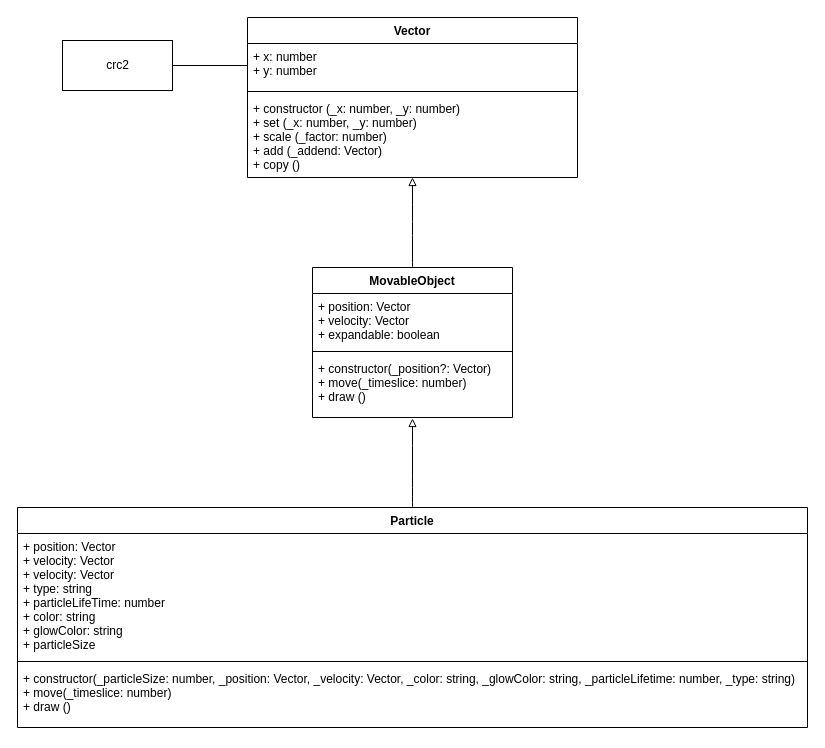
Above: Konzept/ENDABGABE_Classdiagram.drawio in sebifyy/EIA2_Endabgabe-SebastianHoffmann (draw.io), before the change. Source tidied: cells renumbered, new cells numbered last; positions are measured from the earlier drawing's top-left corner, leaving out a move shared by most shapes. Both pictures are drawn from the tidied source at 100%, with x=0, y=0 at pixel (17, 17).
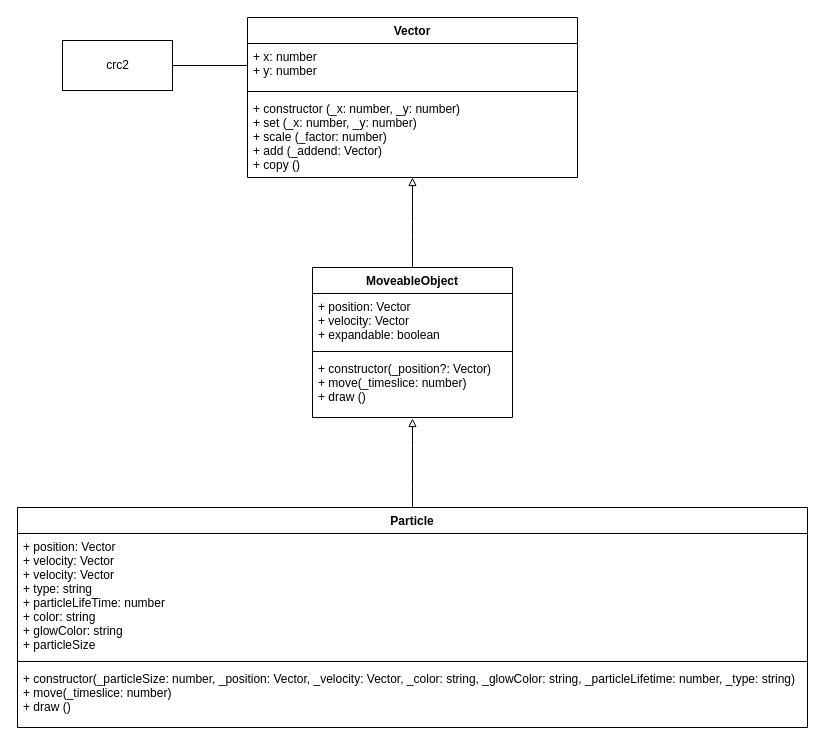
After the change.

Commit message (it also covers changes not shown here):
changed favicon path

Diff of the diagram source:
```diff
@@
 <mxGraphModel>
   <root>
     <mxCell id="0" />
     <mxCell id="1" parent="0" />
     <mxCell id="2" value="crc2" style="html=1;" parent="1" vertex="1">
       <mxGeometry x="45" y="23" width="110" height="50" as="geometry" />
     </mxCell>
     <mxCell id="3" style="endArrow=none;html=1;entryX=0;entryY=0.5;entryDx=0;entryDy=0;exitX=1;exitY=0.5;exitDx=0;exitDy=0;" parent="1" edge="1" source="2" target="6">
       <mxGeometry relative="1" as="geometry" />
     </mxCell>
     <mxCell id="4" style="endArrow=block;html=1;curved=1;strokeWidth=1;endFill=0;exitX=0.5;exitY=0;exitDx=0;exitDy=0;" parent="1" edge="1" source="9" target="8">
       <mxGeometry relative="1" as="geometry" />
     </mxCell>
     <mxCell id="5" value="Vector" style="swimlane;fontStyle=1;align=center;verticalAlign=top;horizontal=1;startSize=26;" parent="1" vertex="1">
       <mxGeometry x="230" width="330" height="160" as="geometry" />
     </mxCell>
     <mxCell id="6" value="+ x: number&#10;+ y: number" style="text;align=left;verticalAlign=top;spacingLeft=4;spacingRight=4;overflow=hidden;points=[[0,0.5],[1,0.5]];portConstraint=eastwest;" parent="5" vertex="1">
       <mxGeometry y="26" width="330" height="44" as="geometry" />
     </mxCell>
     <mxCell id="7" style="line;strokeWidth=1;fillColor=none;align=left;verticalAlign=middle;spacingTop=-1;spacingLeft=3;spacingRight=3;labelPosition=right;" parent="5" vertex="1">
       <mxGeometry y="70" width="330" height="8" as="geometry" />
     </mxCell>
     <mxCell id="8" value="+ constructor (_x: number, _y: number)&#10;+ set (_x: number, _y: number)&#10;+ scale (_factor: number)&#10;+ add (_addend: Vector)&#10;+ copy ()&#10;" style="text;align=left;verticalAlign=top;spacingLeft=4;spacingRight=4;overflow=hidden;points=[[0,0.5],[1,0.5]];portConstraint=eastwest;" parent="5" vertex="1">
       <mxGeometry y="78" width="330" height="82" as="geometry" />
     </mxCell>
-    <mxCell id="9" value="MovableObject" style="swimlane;fontStyle=1;align=center;verticalAlign=top;horizontal=1;startSize=26;" parent="1" vertex="1">
+    <mxCell id="9" value="MoveableObject" style="swimlane;fontStyle=1;align=center;verticalAlign=top;horizontal=1;startSize=26;" parent="1" vertex="1">
       <mxGeometry x="295" y="250" width="200" height="150" as="geometry" />
     </mxCell>
     <mxCell id="10" value="+ position: Vector&#10;+ velocity: Vector&#10;+ expandable: boolean" style="text;align=left;verticalAlign=top;spacingLeft=4;spacingRight=4;overflow=hidden;" parent="9" vertex="1">
       <mxGeometry y="26" width="200" height="54" as="geometry" />
     </mxCell>
     <mxCell id="11" style="line;strokeWidth=1;fillColor=none;align=left;verticalAlign=middle;spacingTop=-1;spacingLeft=3;spacingRight=3;labelPosition=right;" parent="9" vertex="1">
       <mxGeometry y="80" width="200" height="8" as="geometry" />
     </mxCell>
     <mxCell id="12" value="+ constructor(_position?: Vector)&#10;+ move(_timeslice: number)&#10;+ draw ()" style="text;align=left;verticalAlign=top;spacingLeft=4;spacingRight=4;overflow=hidden;" parent="9" vertex="1">
       <mxGeometry y="88" width="200" height="62" as="geometry" />
     </mxCell>
     <mxCell id="13" style="endArrow=block;html=1;curved=1;strokeWidth=1;endFill=0;" parent="9" edge="1" source="14">
       <mxGeometry relative="1" as="geometry">
         <mxPoint x="100" y="151" as="targetPoint" />
       </mxGeometry>
     </mxCell>
     <mxCell id="14" value="Particle" style="swimlane;fontStyle=1;align=center;verticalAlign=top;horizontal=1;startSize=26;" parent="1" vertex="1">
       <mxGeometry y="490" width="790" height="220" as="geometry" />
     </mxCell>
     <mxCell id="15" value="+ position: Vector&#10;+ velocity: Vector&#10;+ velocity: Vector&#10;+ type: string&#10;+ particleLifeTime: number&#10;+ color: string&#10;+ glowColor: string&#10;+ particleSize" style="text;align=left;verticalAlign=top;spacingLeft=4;spacingRight=4;overflow=hidden;" parent="14" vertex="1">
       <mxGeometry y="26" width="790" height="124" as="geometry" />
     </mxCell>
     <mxCell id="16" style="line;strokeWidth=1;fillColor=none;align=left;verticalAlign=middle;spacingTop=-1;spacingLeft=3;spacingRight=3;labelPosition=right;" parent="14" vertex="1">
       <mxGeometry y="150" width="790" height="8" as="geometry" />
     </mxCell>
     <mxCell id="17" value="+ constructor(_particleSize: number, _position: Vector, _velocity: Vector, _color: string, _glowColor: string, _particleLifetime: number, _type: string)&#10;+ move(_timeslice: number)&#10;+ draw ()" style="text;align=left;verticalAlign=top;spacingLeft=4;spacingRight=4;overflow=hidden;" parent="14" vertex="1">
       <mxGeometry y="158" width="790" height="62" as="geometry" />
     </mxCell>
   </root>
 </mxGraphModel>
```
